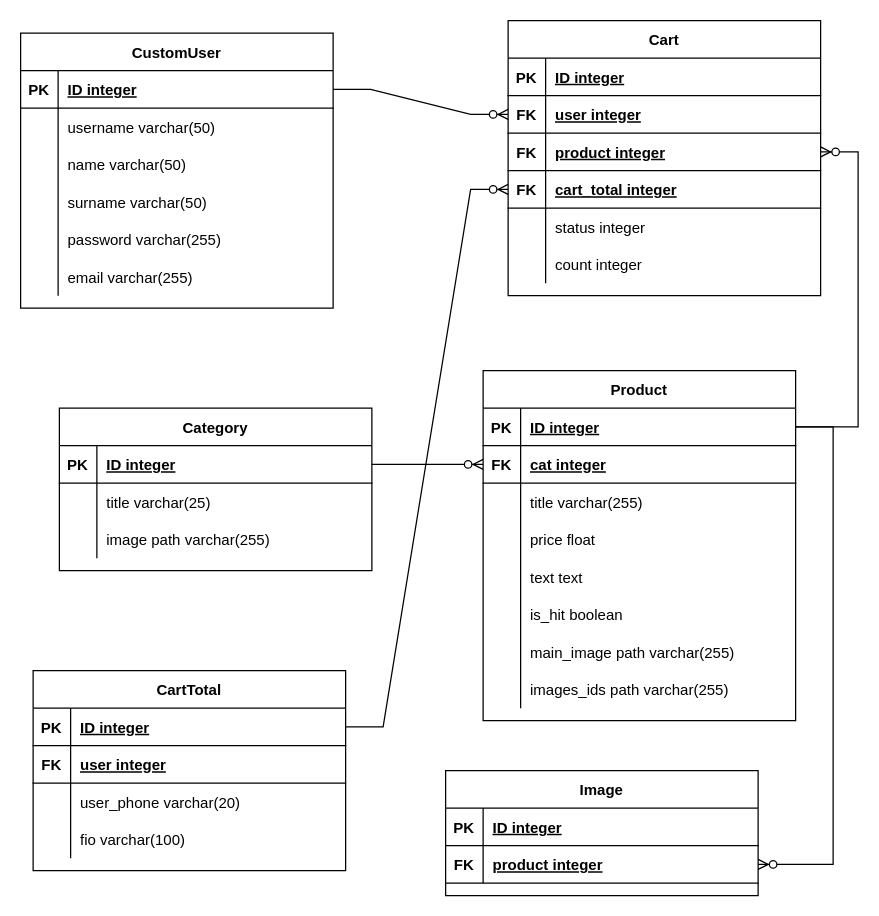
mbayzhanova/nyx_react_project keeps this draw.io diagram as er.drawio. Above is the earlier version. Source tidied: cells renumbered, new cells numbered last; positions are measured from the earlier drawing's top-left corner, leaving out a move shared by most shapes. Both pictures are drawn from the tidied source at 125%, with x=0, y=0 at pixel (20, 20).
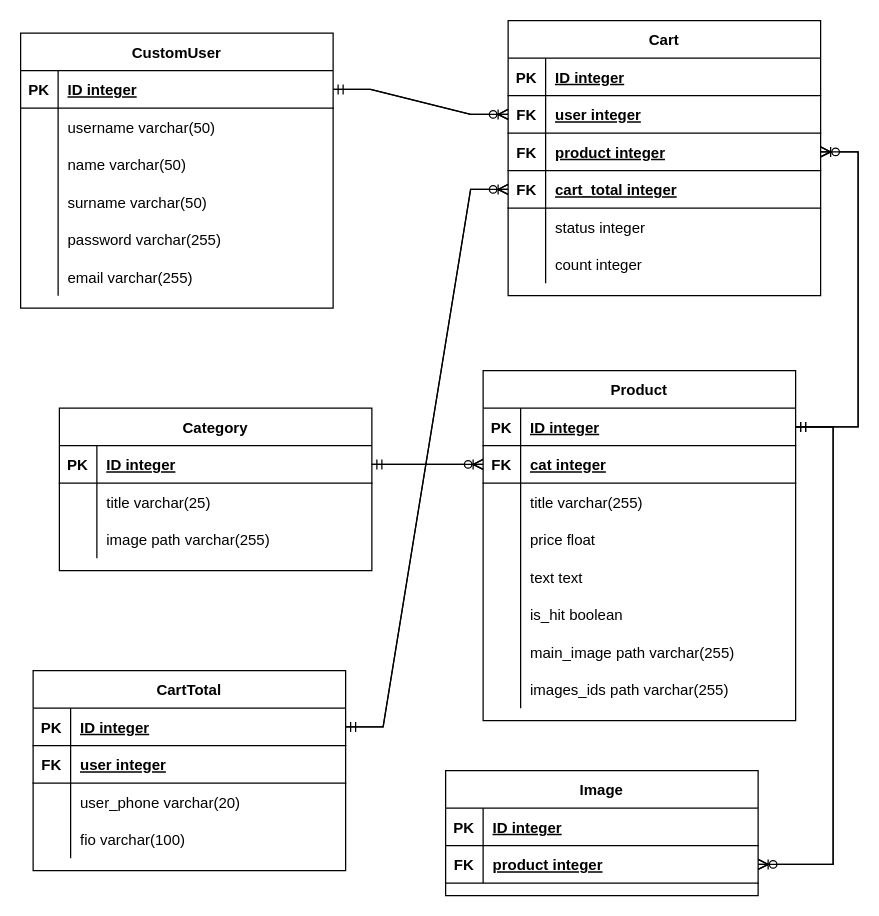
The same diagram, later.

Unchanged cells that the change refers to:
```xml
<mxCell id="3" style="shape=partialRectangle;fillColor=none;points=[[0,0.5],[1,0.5]];portConstraint=eastwest;top=0;left=0;right=0;bottom=1;" parent="2" vertex="1">
  <mxGeometry y="30" width="250" height="30" as="geometry" />
</mxCell>
<mxCell id="6" style="shape=partialRectangle;fillColor=none;points=[[0,0.5],[1,0.5]];portConstraint=eastwest;top=0;left=0;right=0;bottom=1;" parent="2" vertex="1">
  <mxGeometry y="60" width="250" height="30" as="geometry" />
</mxCell>
<mxCell id="28" style="shape=partialRectangle;fillColor=none;points=[[0,0.5],[1,0.5]];portConstraint=eastwest;top=0;left=0;right=0;bottom=1;" parent="27" vertex="1">
  <mxGeometry y="30" width="250" height="30" as="geometry" />
</mxCell>
<mxCell id="47" style="shape=partialRectangle;fillColor=none;points=[[0,0.5],[1,0.5]];portConstraint=eastwest;top=0;left=0;right=0;bottom=1;" parent="46" vertex="1">
  <mxGeometry y="30" width="250" height="30" as="geometry" />
</mxCell>
<mxCell id="61" style="shape=partialRectangle;fillColor=none;points=[[0,0.5],[1,0.5]];portConstraint=eastwest;top=0;left=0;right=0;bottom=1;" parent="57" vertex="1">
  <mxGeometry y="60" width="250" height="30" as="geometry" />
</mxCell>
<mxCell id="66" style="shape=partialRectangle;fillColor=none;points=[[0,0.5],[1,0.5]];portConstraint=eastwest;top=0;left=0;right=0;bottom=1;" parent="65" vertex="1">
  <mxGeometry y="30" width="250" height="30" as="geometry" />
</mxCell>
<mxCell id="82" style="shape=partialRectangle;fillColor=none;points=[[0,0.5],[1,0.5]];portConstraint=eastwest;top=0;left=0;right=0;bottom=1;" parent="78" vertex="1">
  <mxGeometry y="60" width="250" height="30" as="geometry" />
</mxCell>
<mxCell id="85" style="shape=partialRectangle;fillColor=none;points=[[0,0.5],[1,0.5]];portConstraint=eastwest;top=0;left=0;right=0;bottom=1;" parent="78" vertex="1">
  <mxGeometry y="90" width="250" height="30" as="geometry" />
</mxCell>
<mxCell id="88" style="shape=partialRectangle;fillColor=none;points=[[0,0.5],[1,0.5]];portConstraint=eastwest;top=0;left=0;right=0;bottom=1;" parent="78" vertex="1">
  <mxGeometry y="120" width="250" height="30" as="geometry" />
</mxCell>
```

The edit, as a diff of the source:
```diff
@@
+    <mxCell id="100" style="edgeStyle=entityRelationEdgeStyle;fontSize=12;html=1;endArrow=ERoneToMany;startArrow=ERmandOne;rounded=0;" parent="1" edge="1" source="66" target="88">
+      <mxGeometry relative="1" as="geometry" />
+    </mxCell>
+    <mxCell id="101" style="edgeStyle=entityRelationEdgeStyle;fontSize=12;html=1;endArrow=ERoneToMany;startArrow=ERmandOne;rounded=0;" parent="1" edge="1" source="47" target="6">
+      <mxGeometry relative="1" as="geometry" />
+    </mxCell>
+    <mxCell id="102" style="edgeStyle=entityRelationEdgeStyle;fontSize=12;html=1;endArrow=ERoneToMany;startArrow=ERmandOne;rounded=0;" parent="1" edge="1" source="28" target="82">
+      <mxGeometry relative="1" as="geometry" />
+    </mxCell>
+    <mxCell id="103" style="edgeStyle=entityRelationEdgeStyle;fontSize=12;html=1;endArrow=ERoneToMany;startArrow=ERmandOne;rounded=0;" parent="1" edge="1" source="3" target="85">
+      <mxGeometry relative="1" as="geometry" />
+    </mxCell>
+    <mxCell id="104" style="edgeStyle=entityRelationEdgeStyle;fontSize=12;html=1;endArrow=ERoneToMany;startArrow=ERmandOne;rounded=0;" parent="1" edge="1" source="3" target="61">
+      <mxGeometry relative="1" as="geometry" />
+    </mxCell>
```
